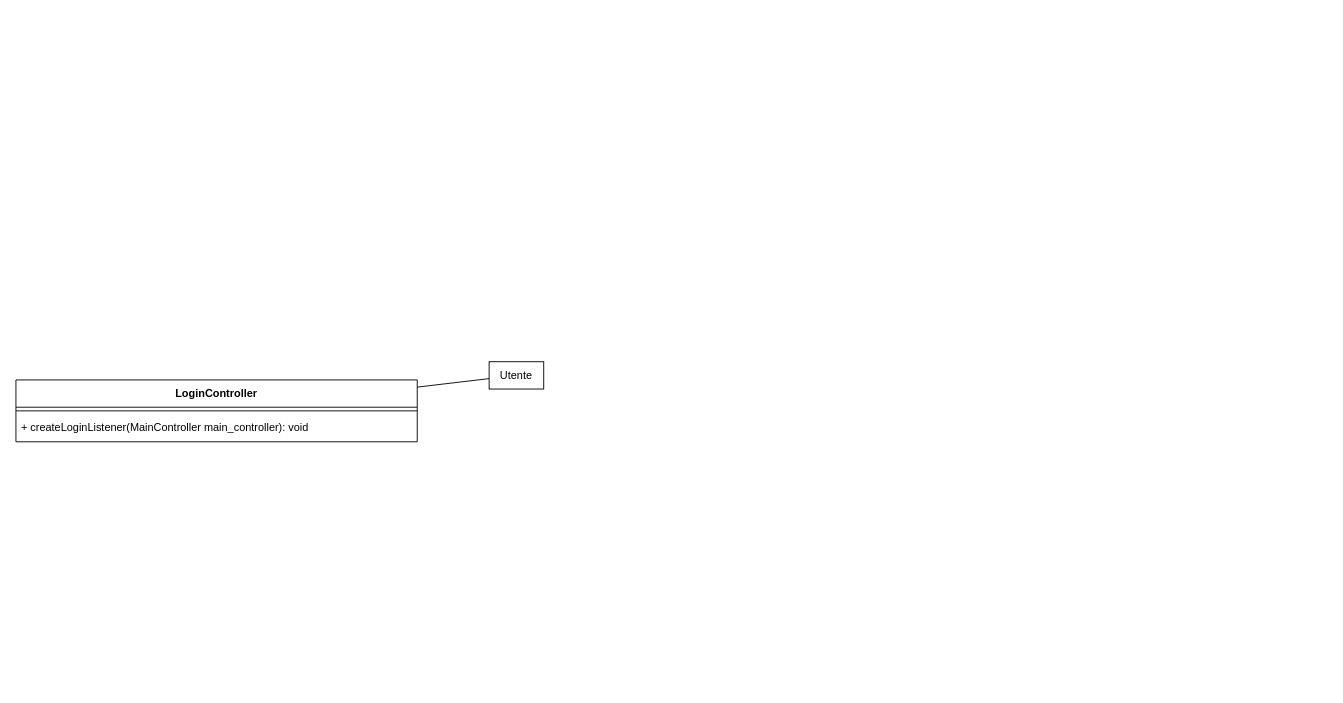
Before: page "controller" (3 of 4) of obj/uml/UML1.drawio in MetisWastaken/UninaFoodLab, a draw.io diagram. Source tidied: cells renumbered, new cells numbered last; positions are measured from the earlier drawing's top-left corner, leaving out a move shared by most shapes. Both pictures are drawn from the tidied source at 91%, with x=0, y=0 at pixel (15, 361).
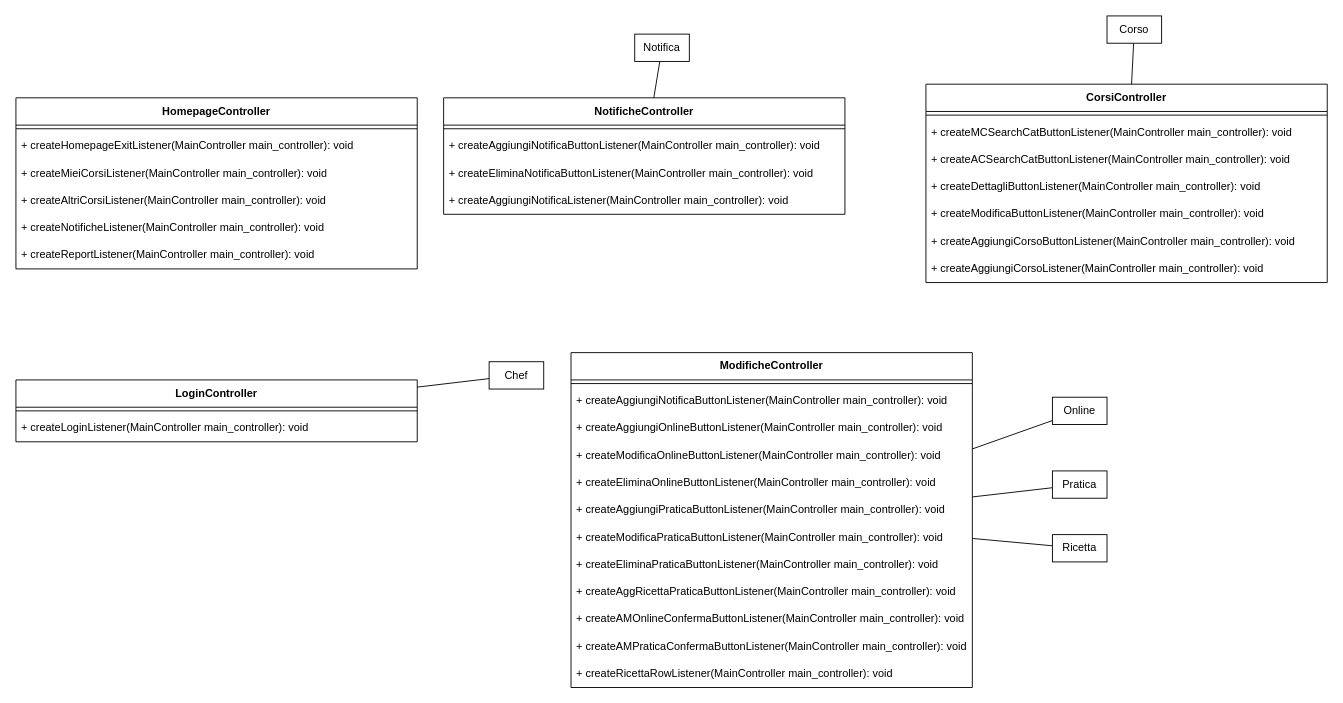
Above is the later version.

Unchanged cells that the change refers to:
```xml
<mxCell id="2" value="&lt;b&gt;LoginController&lt;/b&gt;" style="swimlane;fontStyle=0;horizontal=1;startSize=30;whiteSpace=wrap;html=1;" parent="1" vertex="1">
  <mxGeometry y="20" width="441" height="68" as="geometry" />
</mxCell>
```

Change to the diagram source:
```diff
@@
-    <mxCell id="3" style="line;strokeWidth=1;fillColor=none;align=left;verticalAlign=middle;spacingTop=-1;spacingLeft=3;spacingRight=3;labelPosition=right;strokeColor=inherit;" parent="2" vertex="1">
-      <mxGeometry y="30" width="441" height="8" as="geometry" />
-    </mxCell>
+    <mxCell id="7" style="line;strokeWidth=1;fillColor=none;align=left;verticalAlign=middle;spacingTop=-1;spacingLeft=3;spacingRight=3;labelPosition=right;strokeColor=inherit;" parent="2" vertex="1">
+      <mxGeometry y="30" width="441" height="8" as="geometry" />
+    </mxCell>
@@
-    <mxCell id="5" style="endArrow=none;html=1;rounded=0;" parent="1" edge="1" source="6" target="2">
-      <mxGeometry relative="1" as="geometry" />
-    </mxCell>
-    <mxCell id="6" value="Utente" style="rounded=0;whiteSpace=wrap;html=1;" parent="1" vertex="1">
-      <mxGeometry x="520" width="60" height="30" as="geometry" />
-    </mxCell>
+    <mxCell id="8" style="endArrow=none;html=1;rounded=0;" parent="1" edge="1" source="9" target="2">
+      <mxGeometry relative="1" as="geometry" />
+    </mxCell>
+    <mxCell id="9" value="Chef" style="rounded=0;whiteSpace=wrap;html=1;" parent="1" vertex="1">
+      <mxGeometry x="520" width="60" height="30" as="geometry" />
+    </mxCell>
+    <mxCell id="10" value="&lt;b&gt;HomepageController&lt;/b&gt;" style="swimlane;fontStyle=0;horizontal=1;startSize=30;whiteSpace=wrap;html=1;" parent="1" vertex="1">
+      <mxGeometry y="-290" width="441" height="188" as="geometry" />
+    </mxCell>
+    <mxCell id="11" style="line;strokeWidth=1;fillColor=none;align=left;verticalAlign=middle;spacingTop=-1;spacingLeft=3;spacingRight=3;labelPosition=right;strokeColor=inherit;" parent="10" vertex="1">
+      <mxGeometry y="30" width="441" height="8" as="geometry" />
+    </mxCell>
+    <mxCell id="12" value="+ createHomepageExitListener(MainController main_controller): void" style="text;strokeColor=none;fillColor=none;align=left;verticalAlign=middle;spacingLeft=4;spacingRight=4;overflow=hidden;whiteSpace=wrap;html=1;" parent="10" vertex="1">
+      <mxGeometry y="38" width="441" height="30" as="geometry" />
+    </mxCell>
+    <mxCell id="13" value="+ createMieiCorsiListener(MainController main_controller): void" style="text;strokeColor=none;fillColor=none;align=left;verticalAlign=middle;spacingLeft=4;spacingRight=4;overflow=hidden;whiteSpace=wrap;html=1;" parent="10" vertex="1">
+      <mxGeometry y="68" width="441" height="30" as="geometry" />
+    </mxCell>
+    <mxCell id="14" value="+ createAltriCorsiListener(MainController main_controller): void" style="text;strokeColor=none;fillColor=none;align=left;verticalAlign=middle;spacingLeft=4;spacingRight=4;overflow=hidden;whiteSpace=wrap;html=1;" parent="10" vertex="1">
+      <mxGeometry y="98" width="441" height="30" as="geometry" />
+    </mxCell>
+    <mxCell id="15" value="+ createNotificheListener(MainController main_controller): void" style="text;strokeColor=none;fillColor=none;align=left;verticalAlign=middle;spacingLeft=4;spacingRight=4;overflow=hidden;whiteSpace=wrap;html=1;" parent="10" vertex="1">
+      <mxGeometry y="128" width="441" height="30" as="geometry" />
+    </mxCell>
+    <mxCell id="16" value="+ createReportListener(MainController main_controller): void" style="text;strokeColor=none;fillColor=none;align=left;verticalAlign=middle;spacingLeft=4;spacingRight=4;overflow=hidden;whiteSpace=wrap;html=1;" parent="10" vertex="1">
+      <mxGeometry y="158" width="441" height="30" as="geometry" />
+    </mxCell>
+    <mxCell id="17" value="&lt;b&gt;NotificheController&lt;/b&gt;" style="swimlane;fontStyle=0;horizontal=1;startSize=30;whiteSpace=wrap;html=1;" parent="1" vertex="1">
+      <mxGeometry x="470" y="-290" width="441" height="128" as="geometry" />
+    </mxCell>
+    <mxCell id="18" style="line;strokeWidth=1;fillColor=none;align=left;verticalAlign=middle;spacingTop=-1;spacingLeft=3;spacingRight=3;labelPosition=right;strokeColor=inherit;" parent="17" vertex="1">
+      <mxGeometry y="30" width="441" height="8" as="geometry" />
+    </mxCell>
+    <mxCell id="19" value="+ createAggiungiNotificaButtonListener(MainController main_controller): void" style="text;strokeColor=none;fillColor=none;align=left;verticalAlign=middle;spacingLeft=4;spacingRight=4;overflow=hidden;whiteSpace=wrap;html=1;" parent="17" vertex="1">
+      <mxGeometry y="38" width="441" height="30" as="geometry" />
+    </mxCell>
+    <mxCell id="20" value="+ createEliminaNotificaButtonListener(MainController main_controller): void" style="text;strokeColor=none;fillColor=none;align=left;verticalAlign=middle;spacingLeft=4;spacingRight=4;overflow=hidden;whiteSpace=wrap;html=1;" parent="17" vertex="1">
+      <mxGeometry y="68" width="441" height="30" as="geometry" />
+    </mxCell>
+    <mxCell id="21" value="+ createAggiungiNotificaListener(MainController main_controller): void" style="text;strokeColor=none;fillColor=none;align=left;verticalAlign=middle;spacingLeft=4;spacingRight=4;overflow=hidden;whiteSpace=wrap;html=1;" parent="17" vertex="1">
+      <mxGeometry y="98" width="441" height="30" as="geometry" />
+    </mxCell>
+    <mxCell id="22" value="&lt;b&gt;ModificheController&lt;/b&gt;" style="swimlane;fontStyle=0;horizontal=1;startSize=30;whiteSpace=wrap;html=1;" parent="1" vertex="1">
+      <mxGeometry x="610" y="-10" width="441" height="368" as="geometry" />
+    </mxCell>
+    <mxCell id="23" style="line;strokeWidth=1;fillColor=none;align=left;verticalAlign=middle;spacingTop=-1;spacingLeft=3;spacingRight=3;labelPosition=right;strokeColor=inherit;" parent="22" vertex="1">
+      <mxGeometry y="30" width="441" height="8" as="geometry" />
+    </mxCell>
+    <mxCell id="24" value="+ createAggiungiNotificaButtonListener(MainController main_controller): void" style="text;strokeColor=none;fillColor=none;align=left;verticalAlign=middle;spacingLeft=4;spacingRight=4;overflow=hidden;whiteSpace=wrap;html=1;" parent="22" vertex="1">
+      <mxGeometry y="38" width="441" height="30" as="geometry" />
+    </mxCell>
+    <mxCell id="25" value="+ createAggiungiOnlineButtonListener(MainController main_controller): void" style="text;strokeColor=none;fillColor=none;align=left;verticalAlign=middle;spacingLeft=4;spacingRight=4;overflow=hidden;whiteSpace=wrap;html=1;" parent="22" vertex="1">
+      <mxGeometry y="68" width="441" height="30" as="geometry" />
+    </mxCell>
+    <mxCell id="26" value="+ createModificaOnlineButtonListener(MainController main_controller): void" style="text;strokeColor=none;fillColor=none;align=left;verticalAlign=middle;spacingLeft=4;spacingRight=4;overflow=hidden;whiteSpace=wrap;html=1;" parent="22" vertex="1">
+      <mxGeometry y="98" width="441" height="30" as="geometry" />
+    </mxCell>
+    <mxCell id="27" value="+ createEliminaOnlineButtonListener(MainController main_controller): void" style="text;strokeColor=none;fillColor=none;align=left;verticalAlign=middle;spacingLeft=4;spacingRight=4;overflow=hidden;whiteSpace=wrap;html=1;" parent="22" vertex="1">
+      <mxGeometry y="128" width="441" height="30" as="geometry" />
+    </mxCell>
+    <mxCell id="28" value="+ createAggiungiPraticaButtonListener(MainController main_controller): void" style="text;strokeColor=none;fillColor=none;align=left;verticalAlign=middle;spacingLeft=4;spacingRight=4;overflow=hidden;whiteSpace=wrap;html=1;" parent="22" vertex="1">
+      <mxGeometry y="158" width="441" height="30" as="geometry" />
+    </mxCell>
+    <mxCell id="29" value="+ createModificaPraticaButtonListener(MainController main_controller): void" style="text;strokeColor=none;fillColor=none;align=left;verticalAlign=middle;spacingLeft=4;spacingRight=4;overflow=hidden;whiteSpace=wrap;html=1;" parent="22" vertex="1">
+      <mxGeometry y="188" width="441" height="30" as="geometry" />
+    </mxCell>
+    <mxCell id="30" value="+ createEliminaPraticaButtonListener(MainController main_controller): void" style="text;strokeColor=none;fillColor=none;align=left;verticalAlign=middle;spacingLeft=4;spacingRight=4;overflow=hidden;whiteSpace=wrap;html=1;" parent="22" vertex="1">
+      <mxGeometry y="218" width="441" height="30" as="geometry" />
+    </mxCell>
+    <mxCell id="31" value="+ createAggRicettaPraticaButtonListener(MainController main_controller): void" style="text;strokeColor=none;fillColor=none;align=left;verticalAlign=middle;spacingLeft=4;spacingRight=4;overflow=hidden;whiteSpace=wrap;html=1;" parent="22" vertex="1">
+      <mxGeometry y="248" width="441" height="30" as="geometry" />
+    </mxCell>
+    <mxCell id="32" value="+ createAMOnlineConfermaButtonListener(MainController main_controller): void" style="text;strokeColor=none;fillColor=none;align=left;verticalAlign=middle;spacingLeft=4;spacingRight=4;overflow=hidden;whiteSpace=wrap;html=1;" parent="22" vertex="1">
+      <mxGeometry y="278" width="441" height="30" as="geometry" />
+    </mxCell>
+    <mxCell id="33" value="+ createAMPraticaConfermaButtonListener(MainController main_controller): void" style="text;strokeColor=none;fillColor=none;align=left;verticalAlign=middle;spacingLeft=4;spacingRight=4;overflow=hidden;whiteSpace=wrap;html=1;" parent="22" vertex="1">
+      <mxGeometry y="308" width="441" height="30" as="geometry" />
+    </mxCell>
+    <mxCell id="34" value="+ createRicettaRowListener(MainController main_controller): void" style="text;strokeColor=none;fillColor=none;align=left;verticalAlign=middle;spacingLeft=4;spacingRight=4;overflow=hidden;whiteSpace=wrap;html=1;" parent="22" vertex="1">
+      <mxGeometry y="338" width="441" height="30" as="geometry" />
+    </mxCell>
+    <mxCell id="35" value="&lt;b&gt;CorsiController&lt;/b&gt;" style="swimlane;fontStyle=0;horizontal=1;startSize=30;whiteSpace=wrap;html=1;" parent="1" vertex="1">
+      <mxGeometry x="1000" y="-305" width="441" height="218" as="geometry" />
+    </mxCell>
+    <mxCell id="36" style="line;strokeWidth=1;fillColor=none;align=left;verticalAlign=middle;spacingTop=-1;spacingLeft=3;spacingRight=3;labelPosition=right;strokeColor=inherit;" parent="35" vertex="1">
+      <mxGeometry y="30" width="441" height="8" as="geometry" />
+    </mxCell>
+    <mxCell id="37" value="+ createMCSearchCatButtonListener(MainController main_controller): void" style="text;strokeColor=none;fillColor=none;align=left;verticalAlign=middle;spacingLeft=4;spacingRight=4;overflow=hidden;whiteSpace=wrap;html=1;" parent="35" vertex="1">
+      <mxGeometry y="38" width="441" height="30" as="geometry" />
+    </mxCell>
+    <mxCell id="38" value="+ createACSearchCatButtonListener(MainController main_controller): void" style="text;strokeColor=none;fillColor=none;align=left;verticalAlign=middle;spacingLeft=4;spacingRight=4;overflow=hidden;whiteSpace=wrap;html=1;" parent="35" vertex="1">
+      <mxGeometry y="68" width="441" height="30" as="geometry" />
+    </mxCell>
+    <mxCell id="39" value="+ createDettagliButtonListener(MainController main_controller): void" style="text;strokeColor=none;fillColor=none;align=left;verticalAlign=middle;spacingLeft=4;spacingRight=4;overflow=hidden;whiteSpace=wrap;html=1;" parent="35" vertex="1">
+      <mxGeometry y="98" width="441" height="30" as="geometry" />
+    </mxCell>
+    <mxCell id="40" value="+ createModificaButtonListener(MainController main_controller): void" style="text;strokeColor=none;fillColor=none;align=left;verticalAlign=middle;spacingLeft=4;spacingRight=4;overflow=hidden;whiteSpace=wrap;html=1;" parent="35" vertex="1">
+      <mxGeometry y="128" width="441" height="30" as="geometry" />
+    </mxCell>
+    <mxCell id="41" value="+ createAggiungiCorsoButtonListener(MainController main_controller): void" style="text;strokeColor=none;fillColor=none;align=left;verticalAlign=middle;spacingLeft=4;spacingRight=4;overflow=hidden;whiteSpace=wrap;html=1;" parent="35" vertex="1">
+      <mxGeometry y="158" width="441" height="30" as="geometry" />
+    </mxCell>
+    <mxCell id="42" value="+ createAggiungiCorsoListener(MainController main_controller): void" style="text;strokeColor=none;fillColor=none;align=left;verticalAlign=middle;spacingLeft=4;spacingRight=4;overflow=hidden;whiteSpace=wrap;html=1;" parent="35" vertex="1">
+      <mxGeometry y="188" width="441" height="30" as="geometry" />
+    </mxCell>
+    <mxCell id="43" style="rounded=0;jettySize=auto;html=1;endArrow=none;endFill=0;" parent="1" edge="1" source="44" target="35">
+      <mxGeometry relative="1" as="geometry" />
+    </mxCell>
+    <mxCell id="44" value="Corso" style="rounded=0;whiteSpace=wrap;html=1;" parent="1" vertex="1">
+      <mxGeometry x="1199" y="-380" width="60" height="30" as="geometry" />
+    </mxCell>
+    <mxCell id="45" style="edgeStyle=none;shape=connector;rounded=0;jettySize=auto;html=1;strokeColor=default;align=center;verticalAlign=middle;fontFamily=Helvetica;fontSize=11;fontColor=default;labelBackgroundColor=default;endArrow=none;endFill=0;" parent="1" edge="1" source="46" target="22">
+      <mxGeometry relative="1" as="geometry" />
+    </mxCell>
+    <mxCell id="46" value="Pratica" style="rounded=0;whiteSpace=wrap;html=1;" parent="1" vertex="1">
+      <mxGeometry x="1139" y="120" width="60" height="30" as="geometry" />
+    </mxCell>
+    <mxCell id="47" style="edgeStyle=none;shape=connector;rounded=0;jettySize=auto;html=1;strokeColor=default;align=center;verticalAlign=middle;fontFamily=Helvetica;fontSize=11;fontColor=default;labelBackgroundColor=default;endArrow=none;endFill=0;" parent="1" edge="1" source="48" target="22">
+      <mxGeometry relative="1" as="geometry" />
+    </mxCell>
+    <mxCell id="48" value="Online" style="rounded=0;whiteSpace=wrap;html=1;" parent="1" vertex="1">
+      <mxGeometry x="1139" y="39" width="60" height="30" as="geometry" />
+    </mxCell>
+    <mxCell id="49" style="edgeStyle=none;shape=connector;rounded=0;jettySize=auto;html=1;strokeColor=default;align=center;verticalAlign=middle;fontFamily=Helvetica;fontSize=11;fontColor=default;labelBackgroundColor=default;endArrow=none;endFill=0;" parent="1" edge="1" source="50" target="22">
+      <mxGeometry relative="1" as="geometry" />
+    </mxCell>
+    <mxCell id="50" value="Ricetta" style="rounded=0;whiteSpace=wrap;html=1;" parent="1" vertex="1">
+      <mxGeometry x="1139" y="190" width="60" height="30" as="geometry" />
+    </mxCell>
+    <mxCell id="51" style="edgeStyle=none;shape=connector;rounded=0;jettySize=auto;html=1;strokeColor=default;align=center;verticalAlign=middle;fontFamily=Helvetica;fontSize=11;fontColor=default;labelBackgroundColor=default;endArrow=none;endFill=0;" parent="1" edge="1" source="52" target="17">
+      <mxGeometry relative="1" as="geometry" />
+    </mxCell>
+    <mxCell id="52" value="Notifica" style="rounded=0;whiteSpace=wrap;html=1;" parent="1" vertex="1">
+      <mxGeometry x="680" y="-360" width="60" height="30" as="geometry" />
+    </mxCell>
```
